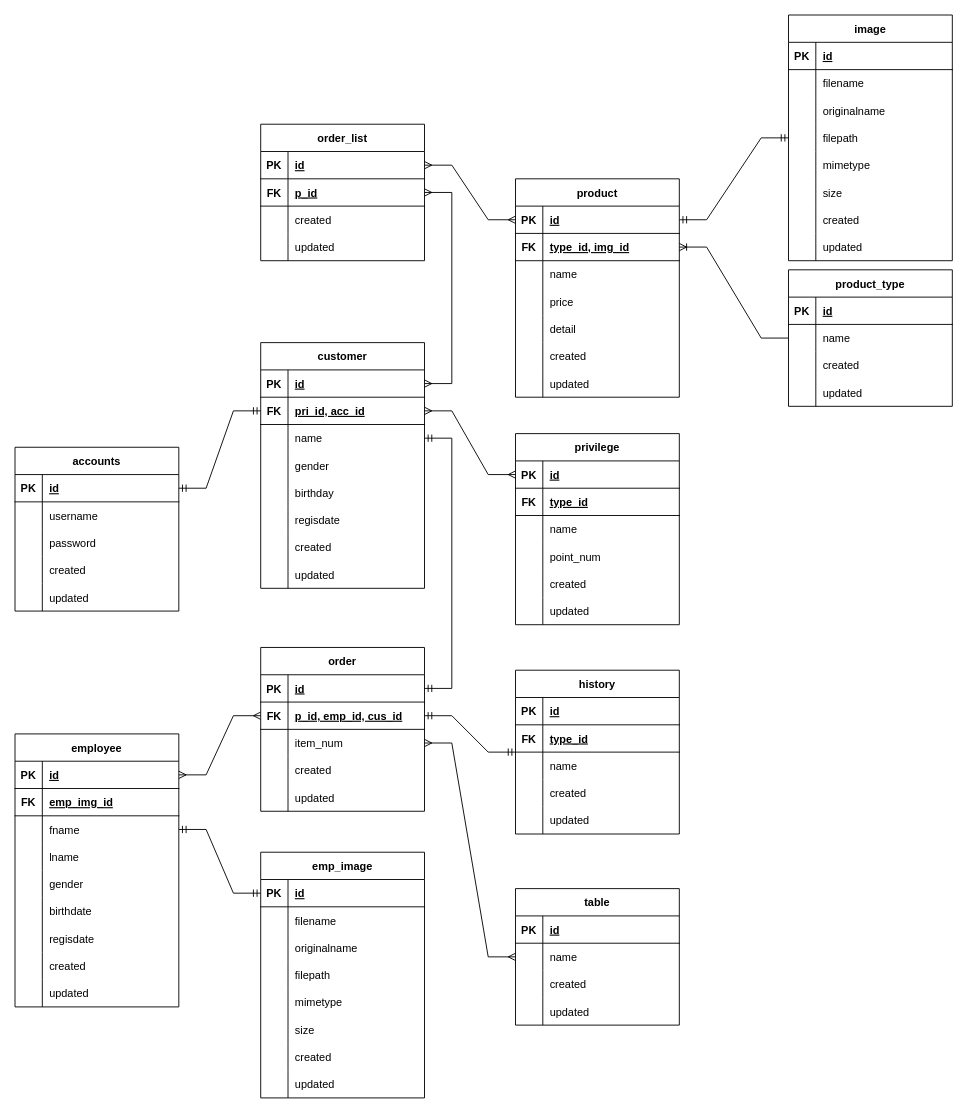
Earlier version of the draw.io diagram src/Database-design.drawio (bomtawep/bom-order-nodejs). Source tidied: cells renumbered, new cells numbered last; positions are measured from the earlier drawing's top-left corner, leaving out a move shared by most shapes. Both pictures are drawn from the tidied source at 91%, with x=0, y=0 at pixel (15, 15).
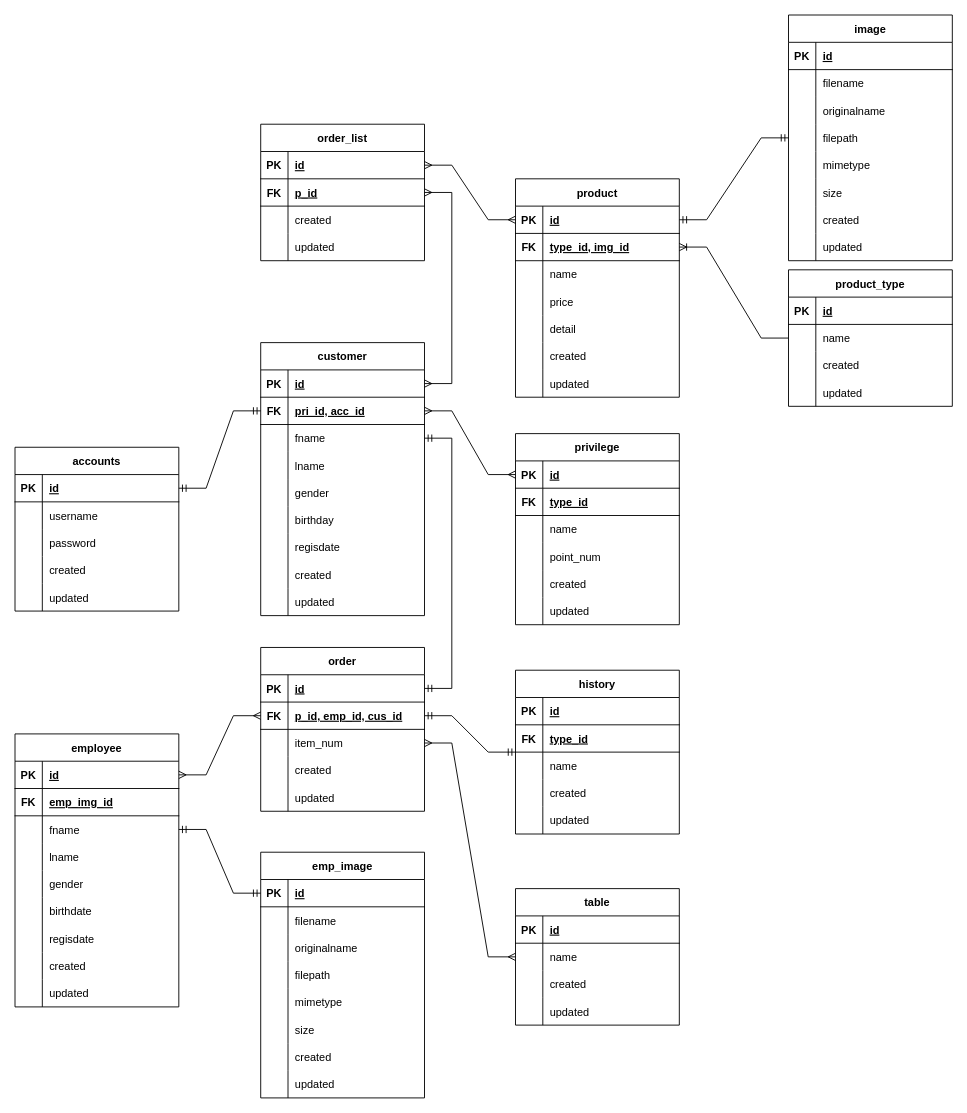
After the change.

The change refers to these unchanged cells:
```xml
<mxCell id="22" style="shape=tableRow;horizontal=0;startSize=0;swimlaneHead=0;swimlaneBody=0;fillColor=none;points=[[0,0.5],[1,0.5]];portConstraint=eastwest;top=0;left=0;right=0;bottom=0;" parent="15" vertex="1">
  <mxGeometry y="90" width="180" height="30" as="geometry" />
</mxCell>
```

What changed in the source:
```diff
@@
     <mxCell id="15" value="customer" style="shape=table;startSize=30;childLayout=tableLayout;rowLines=0;fontStyle=1;align=center;" parent="1" vertex="1">
-      <mxGeometry x="270" y="360" width="180" height="270" as="geometry" />
+      <mxGeometry x="270" y="360" width="180" height="300" as="geometry" />
     </mxCell>
@@
-    <mxCell id="24" value="name" style="shape=partialRectangle;fillColor=none;top=0;left=0;bottom=0;right=0;align=left;spacingLeft=6;overflow=hidden;" parent="22" vertex="1">
+    <mxCell id="24" value="fname" style="shape=partialRectangle;fillColor=none;top=0;left=0;bottom=0;right=0;align=left;spacingLeft=6;overflow=hidden;" parent="22" vertex="1">
       <mxGeometry x="30" width="150" height="30" as="geometry" />
     </mxCell>
+    <mxCell id="244" style="shape=tableRow;horizontal=0;startSize=0;swimlaneHead=0;swimlaneBody=0;fillColor=none;top=0;left=0;right=0;bottom=0;" parent="15" vertex="1">
+      <mxGeometry y="120" width="180" height="30" as="geometry" />
+    </mxCell>
+    <mxCell id="245" style="shape=partialRectangle;fillColor=none;top=0;left=0;bottom=0;right=0;overflow=hidden;" parent="244" vertex="1">
+      <mxGeometry width="30" height="30" as="geometry" />
+    </mxCell>
+    <mxCell id="246" value="lname" style="shape=partialRectangle;fillColor=none;top=0;left=0;bottom=0;right=0;align=left;spacingLeft=6;overflow=hidden;" parent="244" vertex="1">
+      <mxGeometry x="30" width="150" height="30" as="geometry" />
+    </mxCell>
     <mxCell id="25" style="shape=tableRow;horizontal=0;startSize=0;swimlaneHead=0;swimlaneBody=0;fillColor=none;top=0;left=0;right=0;bottom=0;" parent="15" vertex="1">
-      <mxGeometry y="120" width="180" height="30" as="geometry" />
+      <mxGeometry y="150" width="180" height="30" as="geometry" />
     </mxCell>
@@
     <mxCell id="28" style="shape=tableRow;horizontal=0;startSize=0;swimlaneHead=0;swimlaneBody=0;fillColor=none;top=0;left=0;right=0;bottom=0;" parent="15" vertex="1">
-      <mxGeometry y="150" width="180" height="30" as="geometry" />
+      <mxGeometry y="180" width="180" height="30" as="geometry" />
     </mxCell>
@@
     <mxCell id="31" style="shape=tableRow;horizontal=0;startSize=0;swimlaneHead=0;swimlaneBody=0;fillColor=none;top=0;left=0;right=0;bottom=0;" parent="15" vertex="1">
-      <mxGeometry y="180" width="180" height="30" as="geometry" />
+      <mxGeometry y="210" width="180" height="30" as="geometry" />
     </mxCell>
@@
     <mxCell id="34" style="shape=tableRow;horizontal=0;startSize=0;swimlaneHead=0;swimlaneBody=0;fillColor=none;top=0;left=0;right=0;bottom=0;" parent="15" vertex="1">
-      <mxGeometry y="210" width="180" height="30" as="geometry" />
+      <mxGeometry y="240" width="180" height="30" as="geometry" />
     </mxCell>
@@
     <mxCell id="37" style="shape=tableRow;horizontal=0;startSize=0;swimlaneHead=0;swimlaneBody=0;fillColor=none;top=0;left=0;right=0;bottom=0;" parent="15" vertex="1">
-      <mxGeometry y="240" width="180" height="30" as="geometry" />
+      <mxGeometry y="270" width="180" height="30" as="geometry" />
     </mxCell>
```
